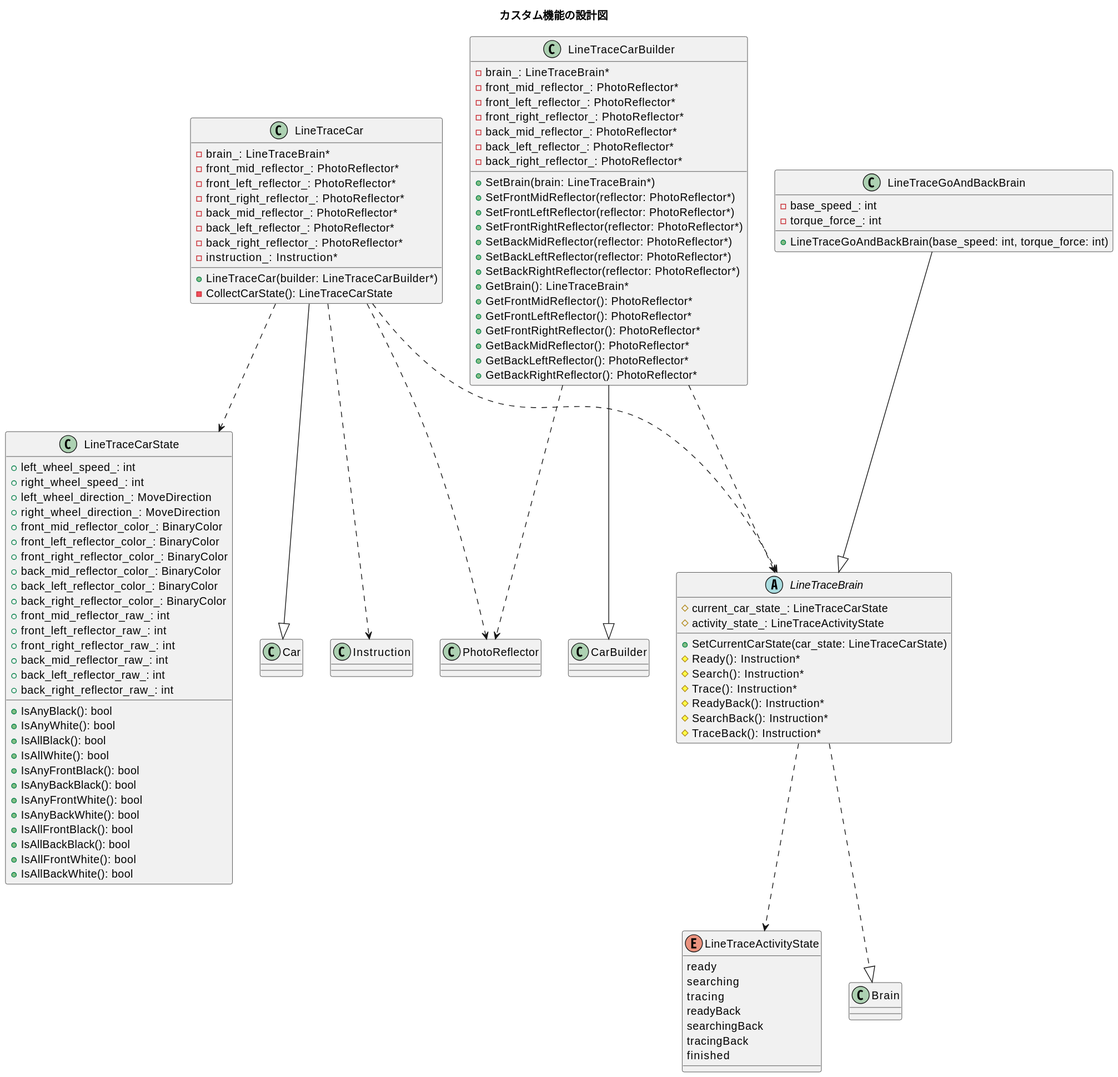
This is uml/img/custom.svg from kitakkun/ArduinoCar, a PlantUML export, as it was before one commit.
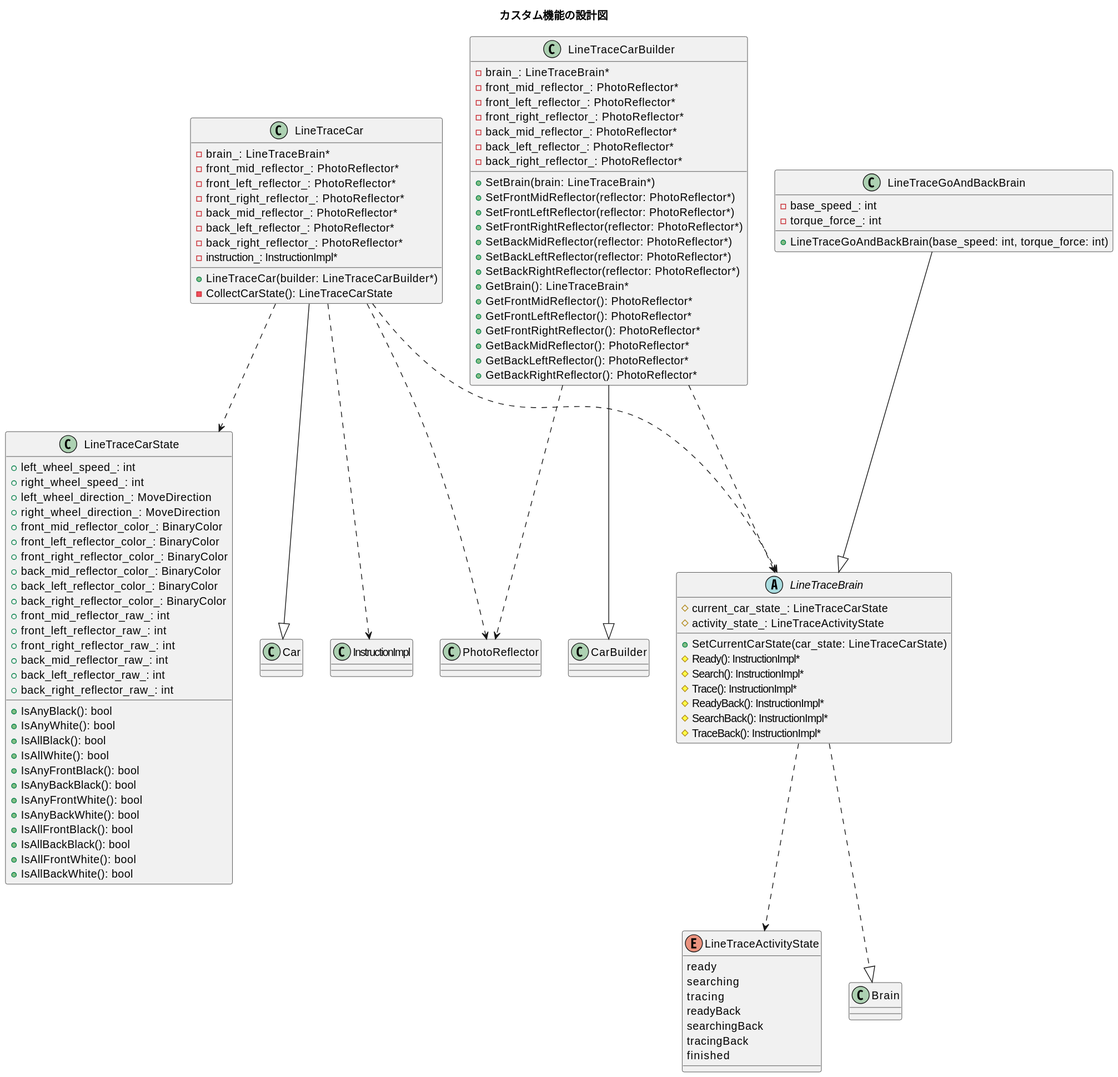
After the change.

What changed in the source:
```diff
@@ -34,7 +34,7 @@
 - back_mid_reflector_: PhotoReflector*
 - back_left_reflector_: PhotoReflector*
 - back_right_reflector_: PhotoReflector*
-- instruction_: Instruction*
+- instruction_: InstructionImpl*
 + LineTraceCar(builder: LineTraceCarBuilder*)
 - CollectCarState(): LineTraceCarState
 }
@@ -74,12 +74,12 @@
 + SetCurrentCarState(car_state: LineTraceCarState)
 # current_car_state_: LineTraceCarState
 # activity_state_: LineTraceActivityState
-# Ready(): Instruction*
-# Search(): Instruction*
-# Trace(): Instruction*
-# ReadyBack(): Instruction*
-# SearchBack(): Instruction*
-# TraceBack(): Instruction*
+# Ready(): InstructionImpl*
+# Search(): InstructionImpl*
+# Trace(): InstructionImpl*
+# ReadyBack(): InstructionImpl*
+# SearchBack(): InstructionImpl*
+# TraceBack(): InstructionImpl*
 }
 
 enum LineTraceActivityState {
@@ -103,7 +103,7 @@
 LineTraceCar ..> LineTraceCarState
 LineTraceCar ..> LineTraceBrain
 LineTraceCar ..> PhotoReflector
-LineTraceCar ..> Instruction
+LineTraceCar ..> InstructionImpl
 LineTraceBrain ..|> Brain
 LineTraceBrain ..> LineTraceActivityState
 LineTraceCarBuilder ..> PhotoReflector
```
